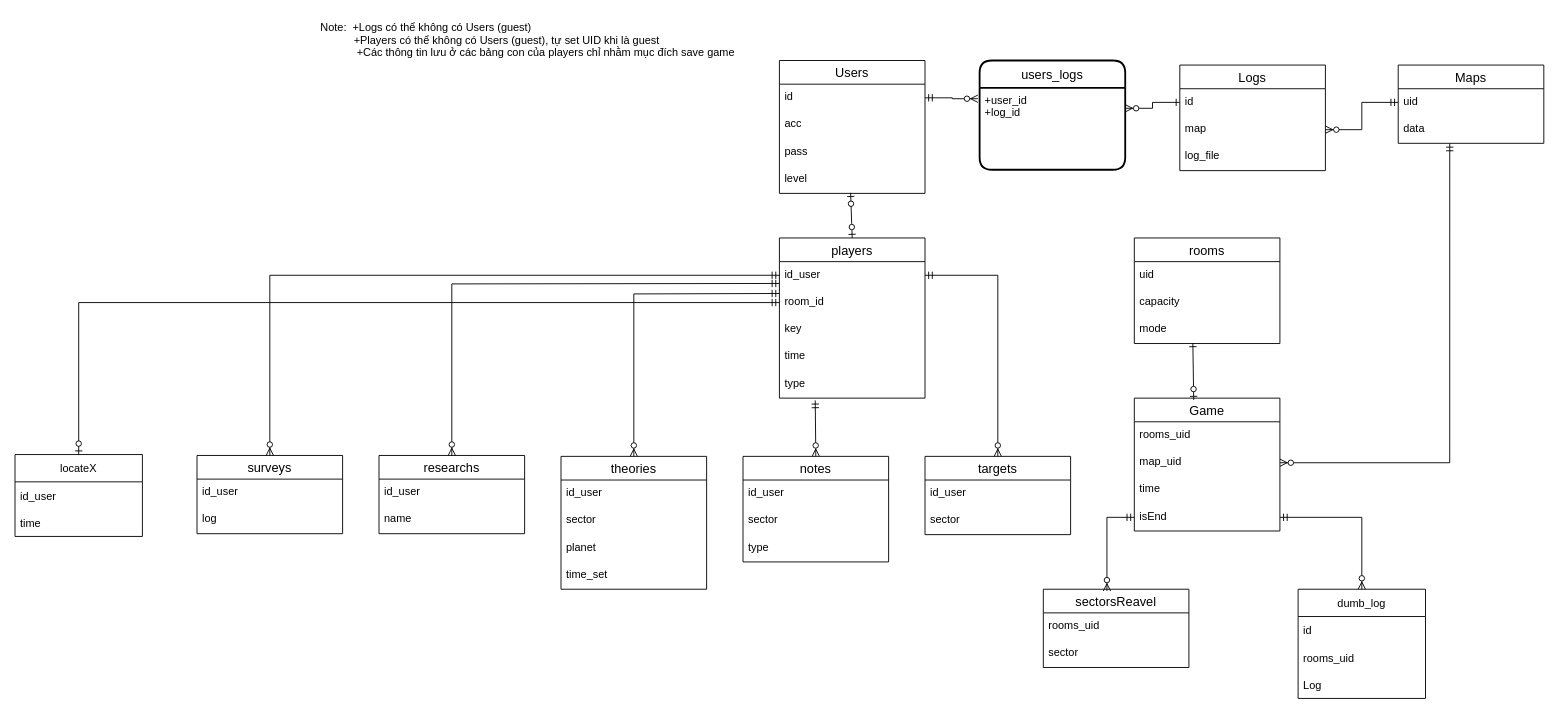
Before: doc/searchforplanetX.drawio in ngothanhthien/SearchForPlanetXOnline, a draw.io diagram. Source tidied: cells renumbered, new cells numbered last; positions are measured from the earlier drawing's top-left corner, leaving out a move shared by most shapes. Both pictures are drawn from the tidied source at 91%, with x=0, y=0 at pixel (15, 15).
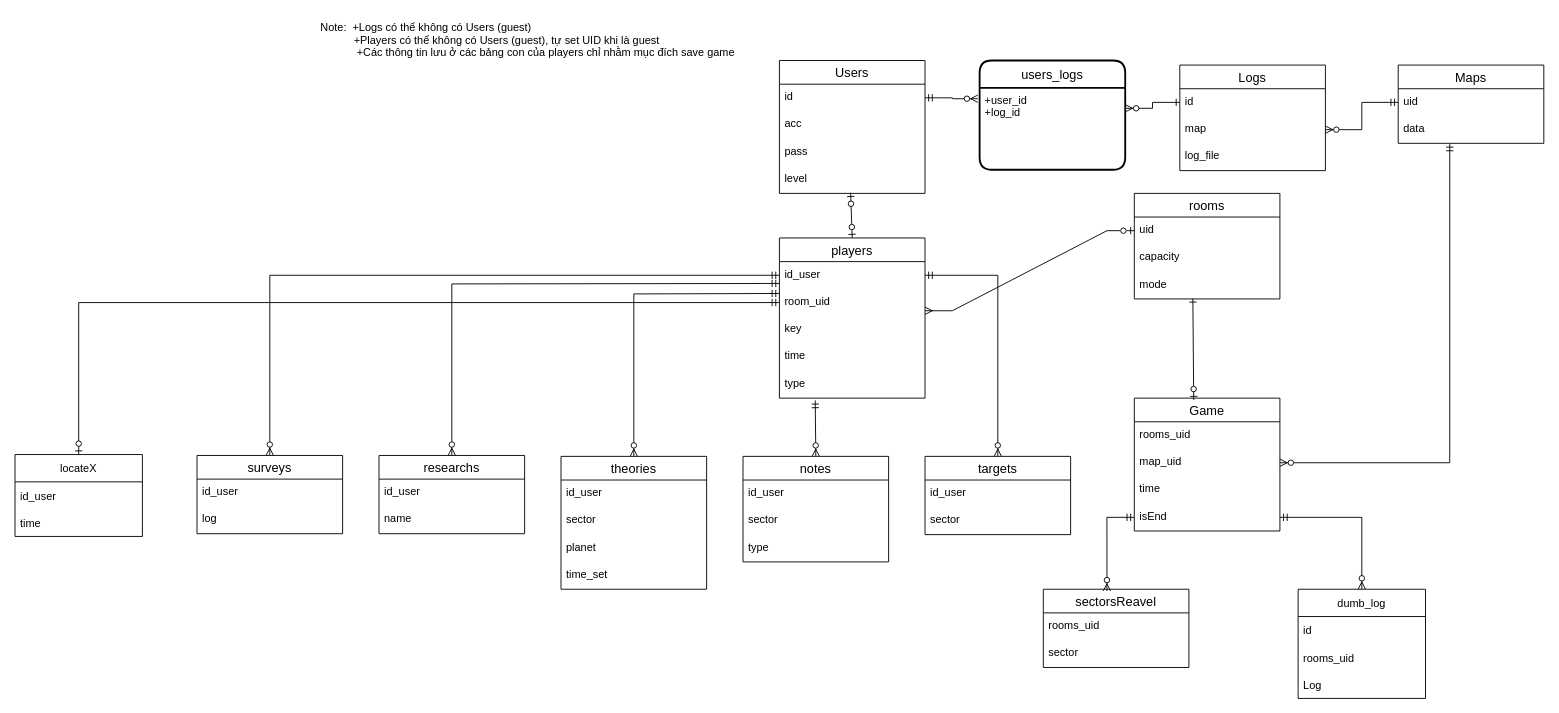
The same page after the edit.

The change refers to these unchanged cells:
```xml
<mxCell id="15" value="uid" style="text;strokeColor=none;fillColor=none;spacingLeft=4;spacingRight=4;overflow=hidden;points=[[0,0.5],[1,0.5]];portConstraint=eastwest;fontSize=12;" parent="14" vertex="1">
  <mxGeometry y="26" width="160" height="30" as="geometry" />
</mxCell>
<mxCell id="23" value="players" style="swimlane;fontStyle=0;horizontal=1;startSize=26;align=center;fontSize=14;" parent="1" vertex="1">
  <mxGeometry x="840" y="245" width="160" height="176" as="geometry" />
</mxCell>
```

The edit, as a diff of the source:
```diff
@@
     <mxCell id="14" value="rooms" style="swimlane;fontStyle=0;horizontal=1;startSize=26;align=center;fontSize=14;" parent="1" vertex="1">
-      <mxGeometry x="1230" y="245" width="160" height="116" as="geometry" />
+      <mxGeometry x="1230" y="196" width="160" height="116" as="geometry" />
     </mxCell>
@@
-    <mxCell id="25" value="room_id" style="text;strokeColor=none;fillColor=none;spacingLeft=4;spacingRight=4;overflow=hidden;points=[[0,0.5],[1,0.5]];portConstraint=eastwest;fontSize=12;" parent="23" vertex="1">
+    <mxCell id="25" value="room_uid" style="text;strokeColor=none;fillColor=none;spacingLeft=4;spacingRight=4;overflow=hidden;points=[[0,0.5],[1,0.5]];portConstraint=eastwest;fontSize=12;" parent="23" vertex="1">
       <mxGeometry y="56" width="160" height="30" as="geometry" />
     </mxCell>
@@
+    <mxCell id="74" style="edgeStyle=entityRelationEdgeStyle;fontSize=12;html=1;endArrow=ERmany;rounded=0;entryX=1;entryY=0.8;entryDx=0;entryDy=0;entryPerimeter=0;exitX=0;exitY=0.5;exitDx=0;exitDy=0;startArrow=ERzeroToOne;startFill=0;" parent="1" edge="1" source="15" target="25">
+      <mxGeometry relative="1" as="geometry" />
+    </mxCell>
```
